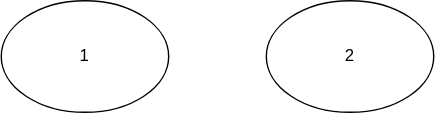
alderg/sandbox keeps this draw.io diagram as Diagram/diagram.svg. Above is the earlier version. Source tidied: cells renumbered, new cells last; positions are measured from the earlier drawing's top-left corner, leaving out a move shared by most shapes.
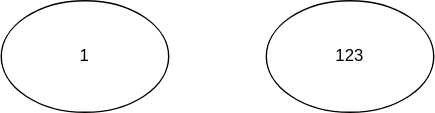
After the change.

The edit, as a diff of the source:
```diff
@@ -5,7 +5,7 @@
     <mxCell id="2" value="1" style="ellipse;whiteSpace=wrap;html=1;fillColor=none;" parent="1" vertex="1">
       <mxGeometry width="120" height="80" as="geometry" />
     </mxCell>
-    <mxCell id="3" value="2" style="ellipse;whiteSpace=wrap;html=1;fillColor=none;" parent="1" vertex="1">
+    <mxCell id="3" value="123" style="ellipse;whiteSpace=wrap;html=1;fillColor=none;" parent="1" vertex="1">
       <mxGeometry x="190" width="120" height="80" as="geometry" />
     </mxCell>
   </root>
```
